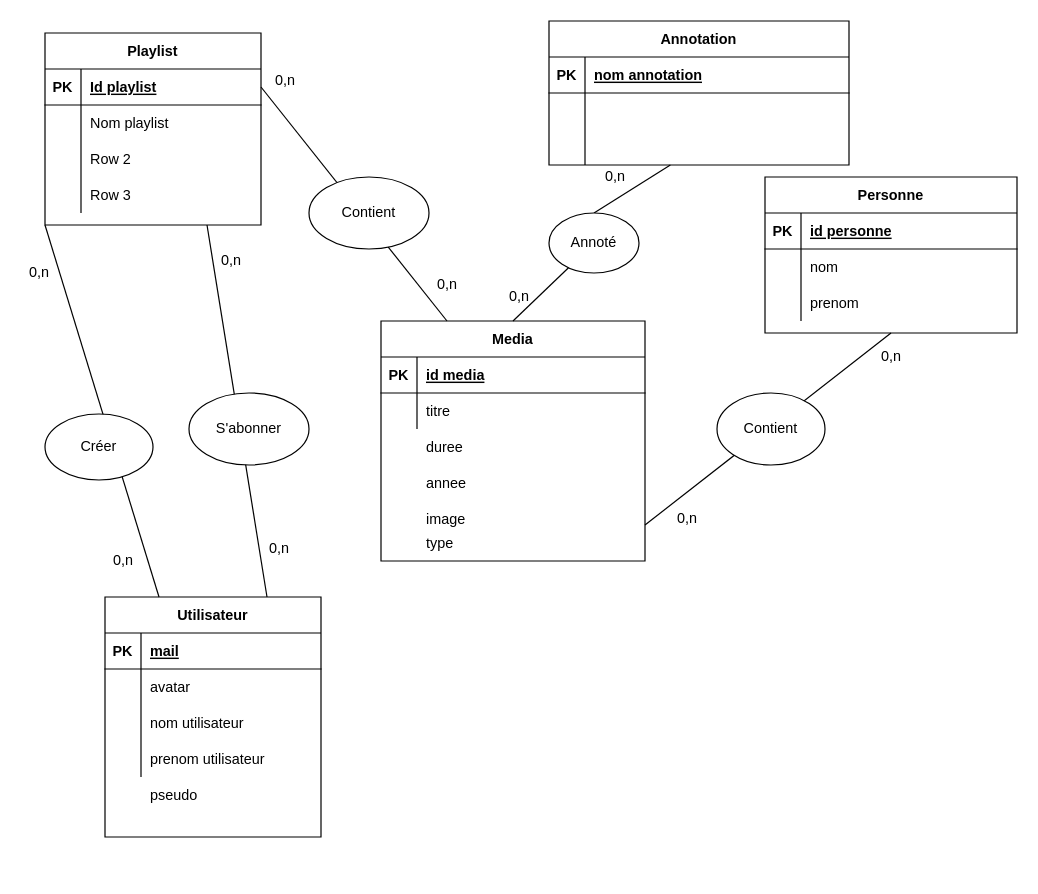
Above: public/Untitled Diagram.drawio in johanneclc/CDAW_2022 (draw.io), before the change. Source tidied: cells renumbered, new cells numbered last; positions are measured from the earlier drawing's top-left corner, leaving out a move shared by most shapes. Both pictures are drawn from the tidied source at 120%, with x=0, y=0 at pixel (20, 20).
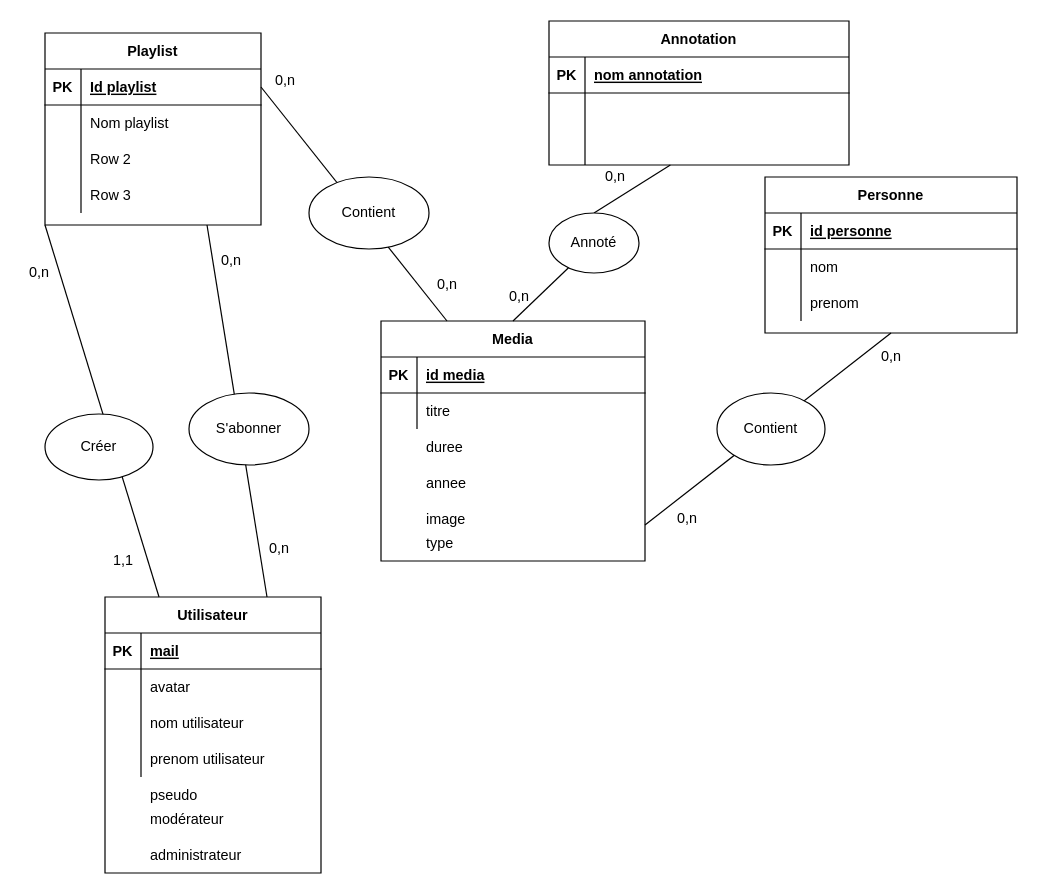
The same diagram, later.

The edit, as a diff of the source:
```diff
@@
     <mxCell id="38" value="Utilisateur" style="shape=table;startSize=30;childLayout=tableLayout;rowLines=0;fontStyle=1;align=center;" parent="1" vertex="1">
-      <mxGeometry x="70" y="480" width="180" height="200" as="geometry" />
+      <mxGeometry x="70" y="480" width="180" height="230" as="geometry" />
     </mxCell>
@@
-    <mxCell id="76" value="0,n" style="text;html=1;align=center;verticalAlign=middle;strokeColor=none;fillColor=none;" parent="1" vertex="1">
+    <mxCell id="76" value="1,1" style="text;html=1;align=center;verticalAlign=middle;strokeColor=none;fillColor=none;" parent="1" vertex="1">
       <mxGeometry x="70" y="440" width="30" height="20" as="geometry" />
     </mxCell>
@@
+    <mxCell id="81" value="modérateur" style="shape=partialRectangle;fillColor=none;top=0;left=0;bottom=0;right=0;align=left;spacingLeft=6;overflow=hidden;" parent="1" vertex="1">
+      <mxGeometry x="100" y="650" width="150" height="30" as="geometry" />
+    </mxCell>
+    <mxCell id="82" value="administrateur" style="shape=partialRectangle;fillColor=none;top=0;left=0;bottom=0;right=0;align=left;spacingLeft=6;overflow=hidden;" parent="1" vertex="1">
+      <mxGeometry x="100" y="680" width="150" height="30" as="geometry" />
+    </mxCell>
```
